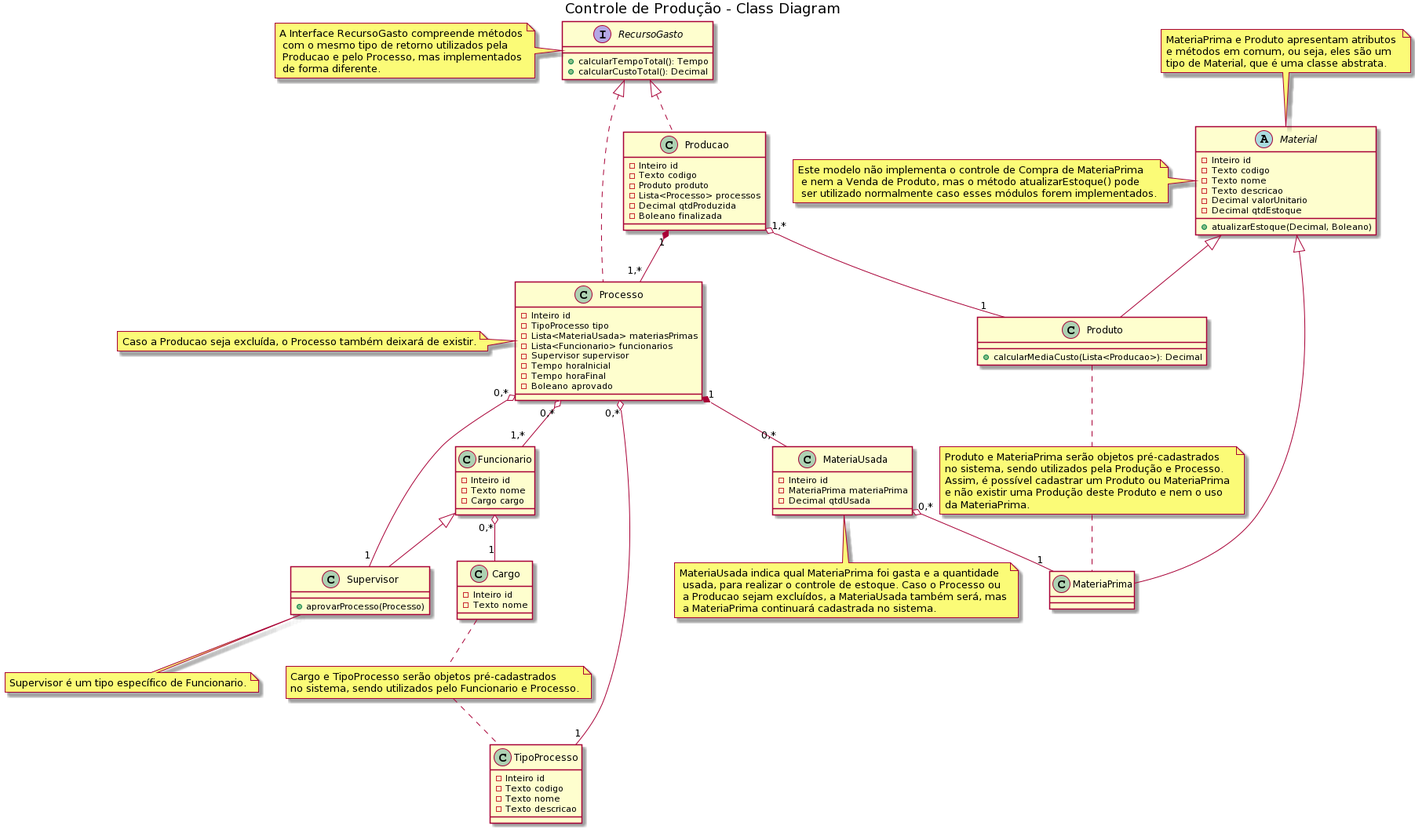
The PlantUML diagram Diagrama de classes - Controle de Produção.png in Thiago-Alexandre/ProjetoControleProducao, before a commit.
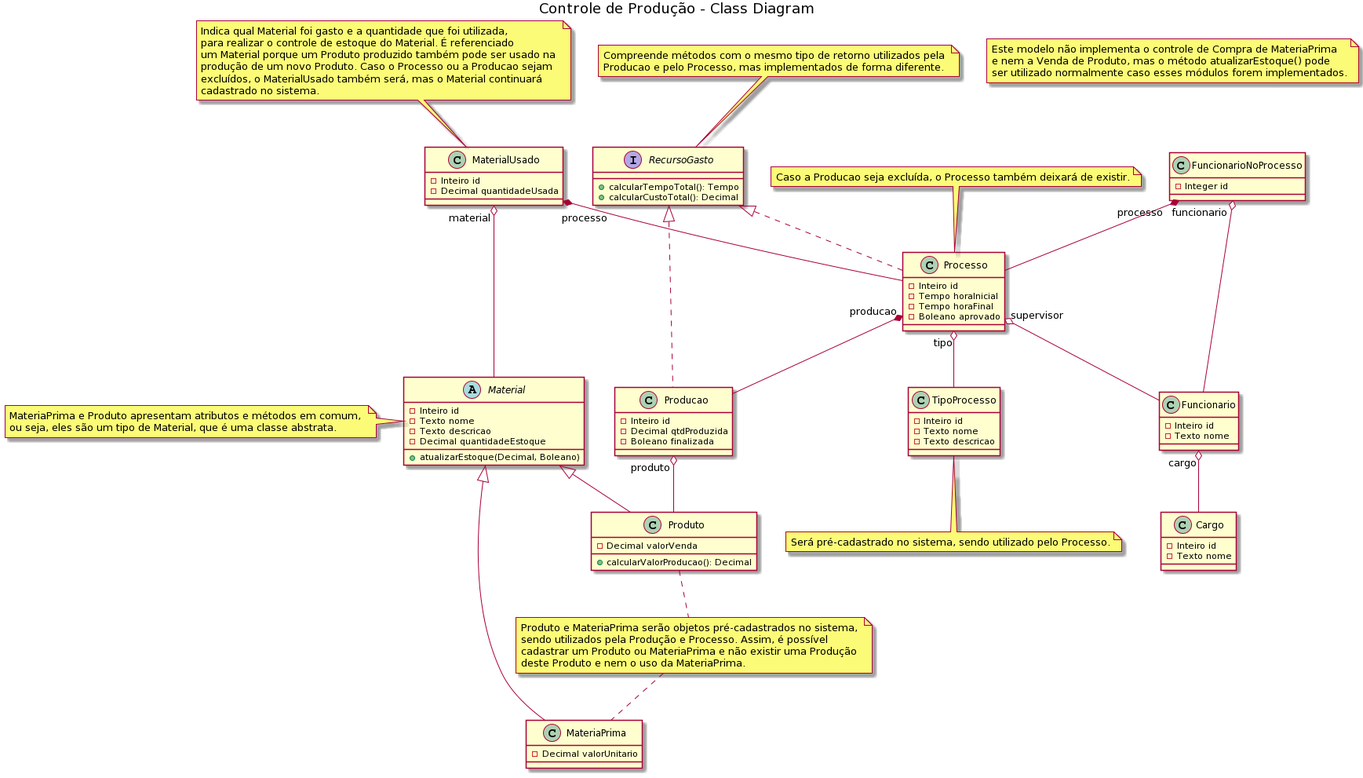
The same file after the commit.

Commit message:
Alterado o diagrama de classes, conforme sugestões do professor.

The edit, as a diff of the source:
```diff
@@ -3,44 +3,57 @@
 
 abstract class Material{
   -Inteiro id
-  -Texto codigo
   -Texto nome
   -Texto descricao
-  -Decimal valorUnitario
-  -Decimal qtdEstoque
+  -Decimal quantidadeEstoque
   +atualizarEstoque(Decimal, Boleano)
 }
 
 class Produto{
-  +calcularMediaCusto(Lista<Producao>): Decimal
+  -Decimal valorVenda
+  +calcularValorProducao(): Decimal
 }
 
-class MateriaPrima{}
-
-class Producao {
-  -Inteiro id
-  -Texto codigo
-  -Produto produto
-  -Lista<Processo> processos
-  -Decimal qtdProduzida
-  -Boleano finalizada
+class MateriaPrima{
+  -Decimal valorUnitario
 }
 
-class MateriaUsada{
+class TipoProcesso{
   -Inteiro id
-  -MateriaPrima materiaPrima
-  -Decimal qtdUsada
+  -Texto nome
+  -Texto descricao
+}
+
+class Cargo{
+  -Inteiro id
+  -Texto nome
+}
+
+class Funcionario{
+  -Inteiro id
+  -Texto nome
+}
+
+class MaterialUsado{
+  -Inteiro id
+  -Decimal quantidadeUsada
 }
 
 class Processo{
   -Inteiro id
-  -TipoProcesso tipo
-  -Lista<MateriaUsada> materiasPrimas
-  -Lista<Funcionario> funcionarios
-  -Supervisor supervisor
   -Tempo horaInicial
   -Tempo horaFinal
   -Boleano aprovado
+}
+
+class FuncionarioNoProcesso{
+  -Integer id
+}
+
+class Producao {
+  -Inteiro id
+  -Decimal qtdProduzida
+  -Boleano finalizada
 }
 
 interface RecursoGasto{
@@ -48,47 +61,21 @@
   +calcularCustoTotal(): Decimal
 }
 
-class TipoProcesso{
-  -Inteiro id
-  -Texto codigo
-  -Texto nome
-  -Texto descricao
-}
+note "Este modelo não implementa o controle de Compra de MateriaPrima \ne nem a Venda de Produto, mas o método atualizarEstoque() pode \nser utilizado normalmente caso esses módulos forem implementados." as N0
 
-class Funcionario{
-  -Inteiro id
-  -Texto nome
-  -Cargo cargo
-}
+note left of Material : MateriaPrima e Produto apresentam atributos e métodos em comum, \nou seja, eles são um tipo de Material, que é uma classe abstrata.
 
-class Supervisor{
-  +aprovarProcesso(Processo)
-}
-
-class Cargo{
-  -Inteiro id
-  -Texto nome
-}
-
-note left of Material : Este modelo não implementa o controle de Compra de MateriaPrima\n e nem a Venda de Produto, mas o método atualizarEstoque() pode\n ser utilizado normalmente caso esses módulos forem implementados.
-
-note top of Material : MateriaPrima e Produto apresentam atributos \ne métodos em comum, ou seja, eles são um \ntipo de Material, que é uma classe abstrata.
-
-note "Produto e MateriaPrima serão objetos pré-cadastrados \nno sistema, sendo utilizados pela Produção e Processo. \nAssim, é possível cadastrar um Produto ou MateriaPrima \ne não existir uma Produção deste Produto e nem o uso \nda MateriaPrima." as N1
+note "Produto e MateriaPrima serão objetos pré-cadastrados no sistema, \nsendo utilizados pela Produção e Processo. Assim, é possível \ncadastrar um Produto ou MateriaPrima e não existir uma Produção \ndeste Produto e nem o uso da MateriaPrima." as N1
 Produto .. N1
 N1 .. MateriaPrima
 
-note "Cargo e TipoProcesso serão objetos pré-cadastrados \nno sistema, sendo utilizados pelo Funcionario e Processo." as N2
-Cargo .. N2
-N2 .. TipoProcesso
+note bottom of TipoProcesso : Será pré-cadastrado no sistema, sendo utilizado pelo Processo.
 
-note bottom of MateriaUsada : MateriaUsada indica qual MateriaPrima foi gasta e a quantidade\n usada, para realizar o controle de estoque. Caso o Processo ou\n a Producao sejam excluídos, a MateriaUsada também será, mas\n a MateriaPrima continuará cadastrada no sistema.
+note top of MaterialUsado : Indica qual Material foi gasto e a quantidade que foi utilizada, \npara realizar o controle de estoque do Material. É referenciado \num Material porque um Produto produzido também pode ser usado na \nprodução de um novo Produto. Caso o Processo ou a Producao sejam \nexcluídos, o MaterialUsado também será, mas o Material continuará \ncadastrado no sistema.
 
-note bottom of Supervisor: Supervisor é um tipo específico de Funcionario.
+note top of Processo : Caso a Producao seja excluída, o Processo também deixará de existir.
 
-note left of Processo: Caso a Producao seja excluída, o Processo também deixará de existir.
-
-note left of RecursoGasto: A Interface RecursoGasto compreende métodos\n com o mesmo tipo de retorno utilizados pela\n Producao e pelo Processo, mas implementados\n de forma diferente.
+note top of RecursoGasto : Compreende métodos com o mesmo tipo de retorno utilizados pela \nProducao e pelo Processo, mas implementados de forma diferente.
 
 RecursoGasto <|.. Processo
 RecursoGasto <|.. Producao
@@ -96,16 +83,17 @@
 Material <|-- Produto
 Material <|-- MateriaPrima
 
-Producao "1,*" o-- "1" Produto
-Producao "1" *-- "1,*" Processo
+Producao "produto" o-- Produto
 
-MateriaUsada "0,*" o-- "1" MateriaPrima
+Funcionario "cargo" o-- Cargo
 
-Funcionario "0,*" o-- "1" Cargo
-Funcionario <|-- Supervisor
+Processo "supervisor" o-- Funcionario
+Processo "tipo" o-- TipoProcesso
+Processo "producao" *-- Producao
 
-Processo "0,*" o-- "1" TipoProcesso
-Processo "1" *-- "0,*" MateriaUsada
-Processo "0,*" o-- "1,*" Funcionario
-Processo "0,*" o-- "1" Supervisor
+MaterialUsado "material" o-- Material
+MaterialUsado "processo" *-- Processo
+
+FuncionarioNoProcesso "funcionario" o-- Funcionario
+FuncionarioNoProcesso "processo" *-- Processo
 @enduml
```
